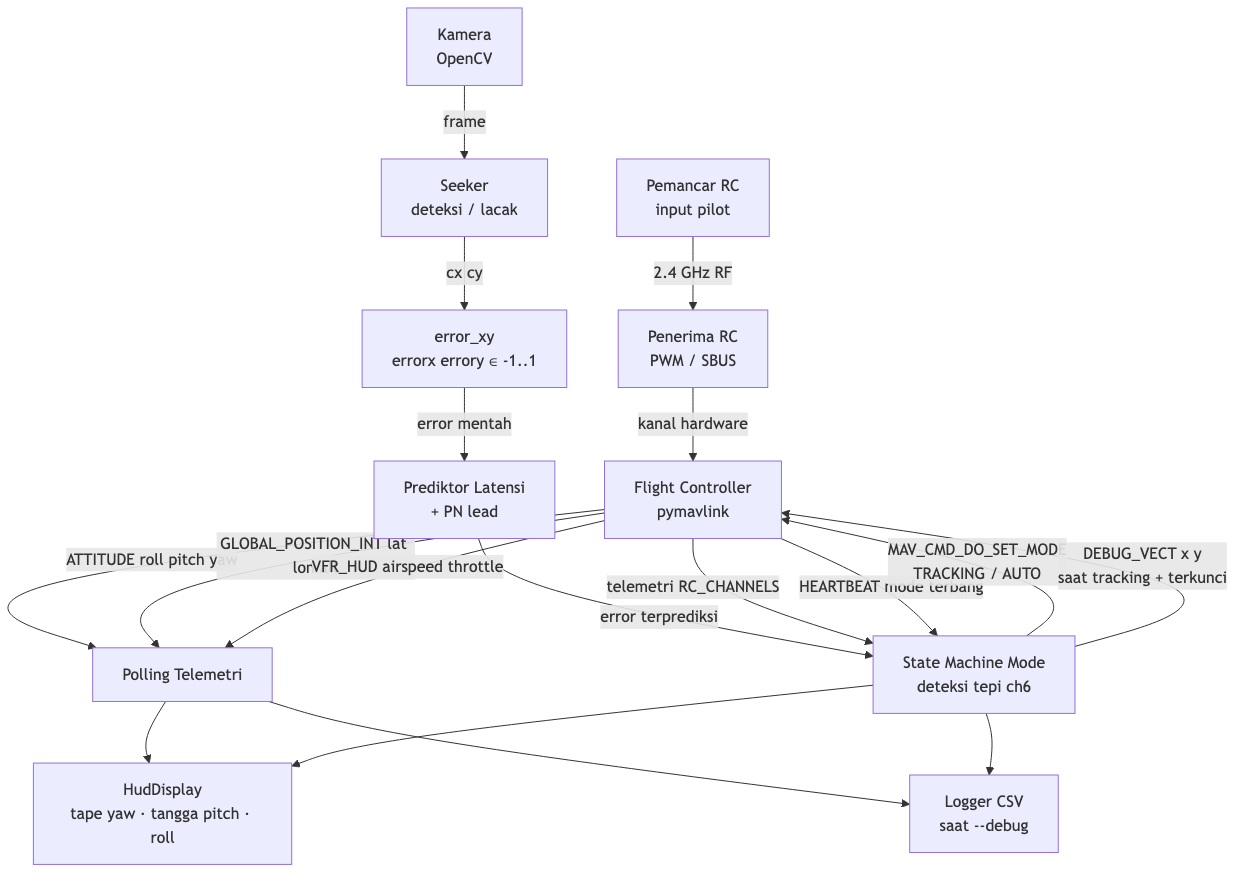
Above: docs/chart_02_architecture.png in musaelhanafi/drone-seeker (Mermaid), before the change. Its source is kept beside it as docs/chart_02_architecture.mmd.
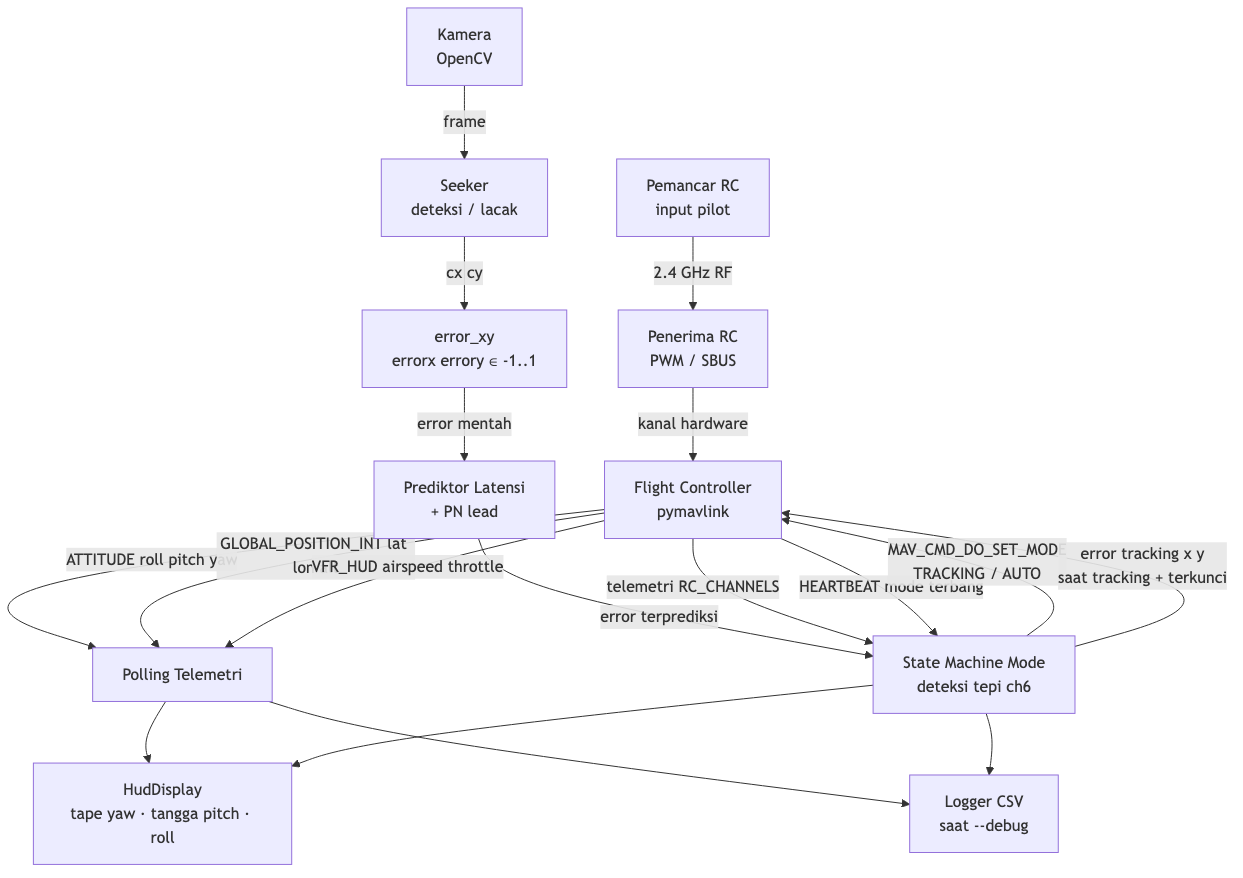
Above is the later version.

Diff of the diagram source:
```diff
@@ -18,6 +18,6 @@
     TEL --> CSV[Logger CSV\nsaat --debug]
 
     SM -->|MAV_CMD_DO_SET_MODE\nTRACKING / AUTO| FC
-    SM -->|DEBUG_VECT x y\nsaat tracking + terkunci| FC
+    SM -->|error tracking x y\nsaat tracking + terkunci| FC
     SM --> HUD
     SM --> CSV
```
